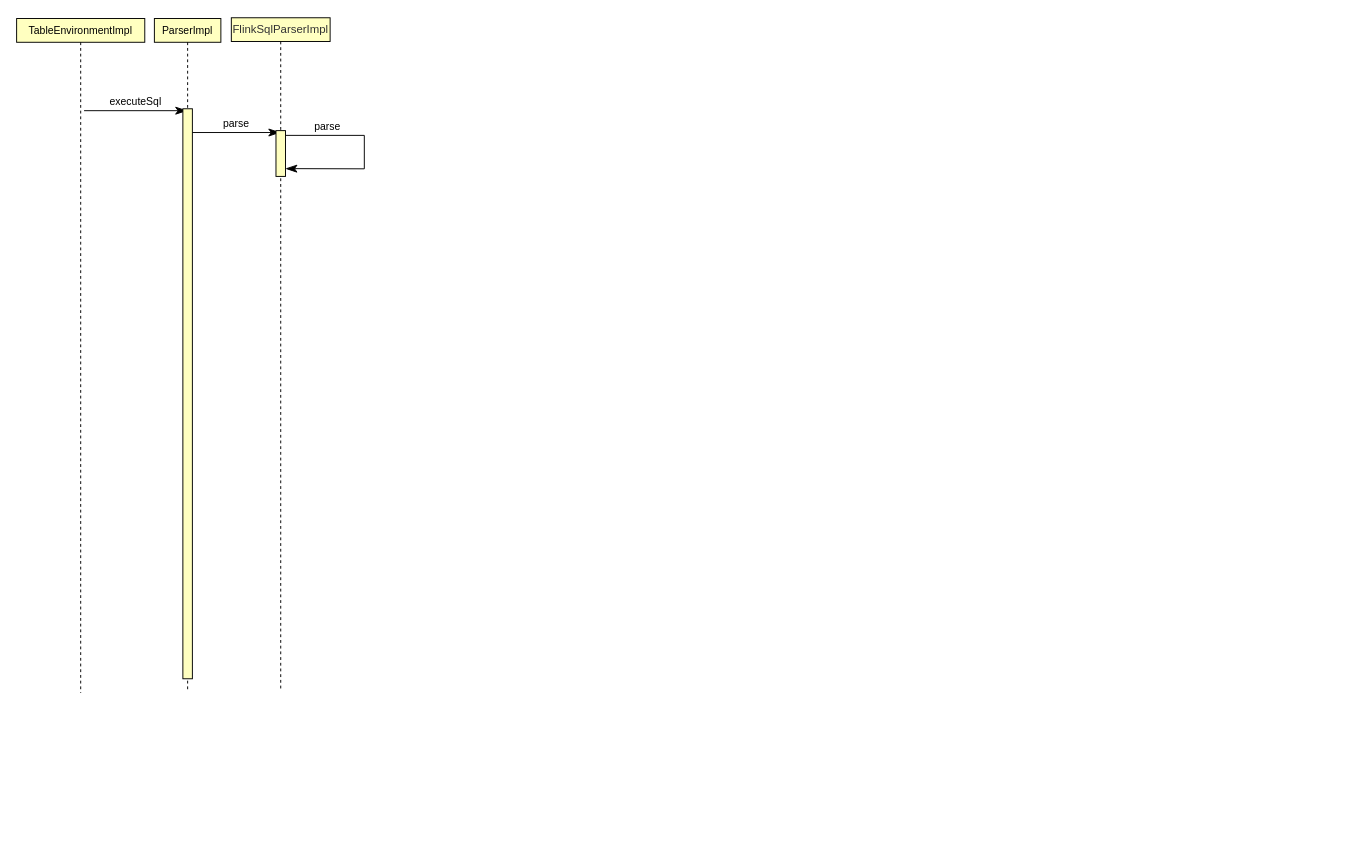
This is Untitled Diagram.drawio from ChangjiGuo/image-repo, a draw.io file, before an edit. Source tidied: cells renumbered, new cells numbered last; positions are measured from the earlier drawing's top-left corner, leaving out a move shared by most shapes. Both pictures are drawn from the tidied source at 95%, with x=0, y=0 at pixel (16, 17).
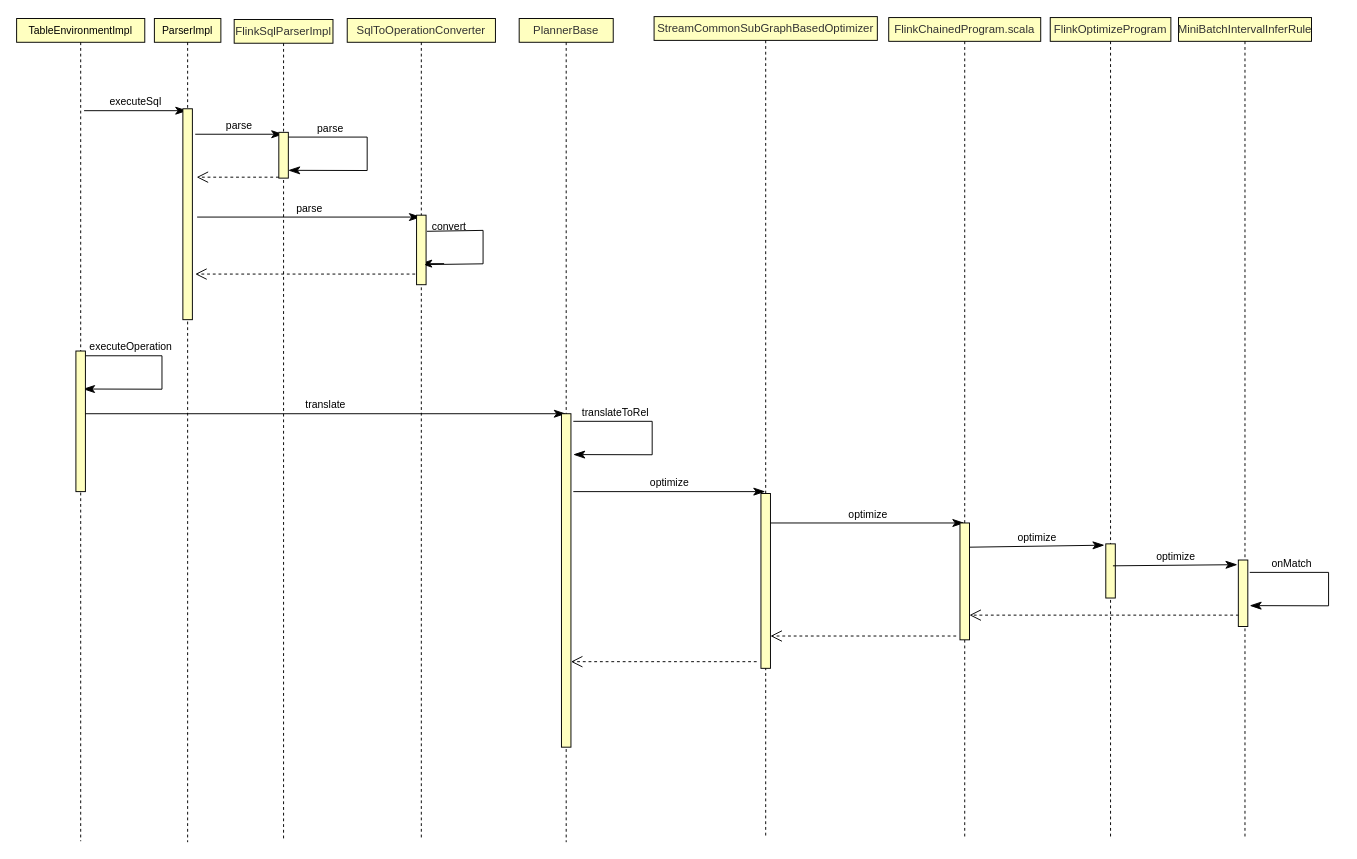
Above is the later version.

Commit message:
sql parse

What changed in the source:
```diff
@@
     <mxCell id="2" value="&lt;font style=&quot;font-size: 11px&quot;&gt;TableEnvironmentImpl&lt;/font&gt;" style="shape=umlLifeline;perimeter=lifelinePerimeter;whiteSpace=wrap;html=1;rounded=0;strokeColor=#000000;gradientColor=none;size=25;fillColor=#FFFFC0;" parent="1" vertex="1">
-      <mxGeometry y="1" width="134.9" height="709.8" as="geometry" />
+      <mxGeometry y="1" width="134.9" height="866" as="geometry" />
     </mxCell>
@@
+    <mxCell id="10" value="&lt;font color=&quot;rgba(0, 0, 0, 0)&quot; face=&quot;monospace&quot;&gt;&lt;span style=&quot;font-size: 0px&quot;&gt;executeOperatio&lt;/span&gt;&lt;/font&gt;" style="html=1;verticalAlign=bottom;endArrow=classicThin;rounded=0;shadow=0;sketch=0;fontSize=11;startSize=8;endSize=10;sourcePerimeterSpacing=14;targetPerimeterSpacing=19;strokeColor=#000000;strokeWidth=1;jumpStyle=none;jumpSize=17;endFill=1;" parent="2" edge="1">
+      <mxGeometry x="-0.56" relative="1" as="geometry">
+        <mxPoint x="70" y="355" as="sourcePoint" />
+        <mxPoint x="70" y="390" as="targetPoint" />
+        <Array as="points">
+          <mxPoint x="153" y="355" />
+          <mxPoint x="153" y="390.2" />
+        </Array>
+      </mxGeometry>
+    </mxCell>
+    <mxCell id="11" value="executeOperation" style="edgeLabel;html=1;align=center;verticalAlign=middle;fontFamily=Helvetica;" parent="10" vertex="1">
+      <mxGeometry x="-0.57" y="4" relative="1" as="geometry">
+        <mxPoint x="6" y="-7" as="offset" />
+      </mxGeometry>
+    </mxCell>
+    <mxCell id="12" style="html=1;perimeter=orthogonalPerimeter;rounded=0;strokeColor=#000000;fillColor=#FFFFC0;" parent="2" vertex="1">
+      <mxGeometry x="62.4" y="350" width="10" height="148" as="geometry" />
+    </mxCell>
+    <mxCell id="13" value="translate" style="html=1;verticalAlign=bottom;endArrow=classicThin;rounded=1;shadow=0;sketch=0;fontSize=11;startSize=8;endSize=10;sourcePerimeterSpacing=14;targetPerimeterSpacing=19;strokeColor=#000000;strokeWidth=1;jumpStyle=none;jumpSize=17;endFill=1;" parent="2" edge="1">
+      <mxGeometry relative="1" as="geometry">
+        <mxPoint x="72.4" y="416" as="sourcePoint" />
+        <mxPoint x="578" y="416" as="targetPoint" />
+      </mxGeometry>
+    </mxCell>
     <mxCell id="4" value="&lt;font style=&quot;font-size: 11px&quot;&gt;ParserImpl&lt;/font&gt;" style="shape=umlLifeline;perimeter=lifelinePerimeter;whiteSpace=wrap;html=1;outlineConnect=0;rounded=0;strokeColor=#000000;gradientColor=none;size=25;fillColor=#FFFFC0;" parent="1" vertex="1">
-      <mxGeometry x="145" y="1" width="70" height="708" as="geometry" />
+      <mxGeometry x="145" y="1" width="70" height="867" as="geometry" />
     </mxCell>
     <mxCell id="5" style="html=1;perimeter=orthogonalPerimeter;rounded=0;strokeColor=#000000;fillColor=#FFFFC0;" parent="4" vertex="1">
-      <mxGeometry x="30" y="95" width="10" height="600" as="geometry" />
+      <mxGeometry x="30" y="95" width="10" height="222" as="geometry" />
     </mxCell>
+    <mxCell id="14" value="parse" style="html=1;verticalAlign=bottom;endArrow=classicThin;rounded=1;shadow=0;sketch=0;fontSize=11;startSize=8;endSize=10;sourcePerimeterSpacing=14;targetPerimeterSpacing=19;strokeColor=#000000;strokeWidth=1;jumpStyle=none;jumpSize=17;endFill=1;" parent="4" edge="1" target="17">
+      <mxGeometry relative="1" as="geometry">
+        <mxPoint x="45" y="209" as="sourcePoint" />
+      </mxGeometry>
+    </mxCell>
+    <mxCell id="15" style="html=1;verticalAlign=bottom;endArrow=open;rounded=0;shadow=0;sketch=0;fontSize=11;startSize=8;endSize=10;sourcePerimeterSpacing=19;targetPerimeterSpacing=14;strokeColor=#000000;strokeWidth=1;jumpStyle=none;jumpSize=17;endFill=0;dashed=1;" parent="4" edge="1" source="17">
+      <mxGeometry relative="1" as="geometry">
+        <mxPoint x="43" y="269" as="targetPoint" />
+      </mxGeometry>
+    </mxCell>
     <mxCell id="6" value="&lt;span style=&quot;color: rgb(50 , 50 , 50) ; background-color: rgba(255 , 255 , 255 , 0.01)&quot;&gt;FlinkSqlParserImpl&lt;/span&gt;" style="shape=umlLifeline;perimeter=lifelinePerimeter;whiteSpace=wrap;html=1;outlineConnect=0;rounded=0;strokeColor=#000000;gradientColor=none;size=25;fillColor=#FFFFC0;" parent="1" vertex="1">
-      <mxGeometry x="226" y="0.2" width="104" height="708.8" as="geometry" />
+      <mxGeometry x="229" y="2" width="104" height="865" as="geometry" />
     </mxCell>
@@
+    <mxCell id="16" style="html=1;verticalAlign=bottom;endArrow=open;rounded=0;shadow=0;sketch=0;fontSize=11;startSize=8;endSize=10;sourcePerimeterSpacing=19;targetPerimeterSpacing=14;strokeColor=#000000;strokeWidth=1;jumpStyle=none;jumpSize=17;endFill=0;dashed=1;" parent="6" edge="1">
+      <mxGeometry relative="1" as="geometry">
+        <mxPoint x="47" y="166" as="sourcePoint" />
+        <mxPoint x="-39.5" y="166" as="targetPoint" />
+      </mxGeometry>
+    </mxCell>
+    <mxCell id="17" value="&lt;font color=&quot;#323232&quot;&gt;SqlToOperationConverter&lt;/font&gt;" style="shape=umlLifeline;perimeter=lifelinePerimeter;whiteSpace=wrap;html=1;outlineConnect=0;rounded=0;strokeColor=#000000;gradientColor=none;size=25;fillColor=#FFFFC0;" parent="1" vertex="1">
+      <mxGeometry x="348" y="1" width="156" height="863" as="geometry" />
+    </mxCell>
+    <mxCell id="18" value="convert" style="html=1;verticalAlign=bottom;endArrow=classicThin;rounded=0;shadow=0;sketch=0;fontSize=11;startSize=8;endSize=10;targetPerimeterSpacing=19;strokeColor=#000000;strokeWidth=1;jumpStyle=none;jumpSize=17;endFill=1;startArrow=none;" parent="17" edge="1">
+      <mxGeometry x="-1" y="-30" relative="1" as="geometry">
+        <mxPoint x="102" y="258" as="sourcePoint" />
+        <mxPoint x="77" y="258" as="targetPoint" />
+        <mxPoint x="5" as="offset" />
+      </mxGeometry>
+    </mxCell>
+    <mxCell id="19" style="html=1;points=[];perimeter=orthogonalPerimeter;rounded=0;strokeColor=#000000;fillColor=#FFFFC0;" parent="1" vertex="1">
+      <mxGeometry x="421" y="208" width="10" height="73.2" as="geometry" />
+    </mxCell>
+    <mxCell id="20" style="html=1;verticalAlign=bottom;endArrow=none;rounded=0;shadow=0;sketch=0;fontSize=11;startSize=8;endSize=10;sourcePerimeterSpacing=14;strokeColor=#000000;strokeWidth=1;jumpStyle=none;jumpSize=17;endFill=1;exitX=1.1;exitY=0.232;exitDx=0;exitDy=0;exitPerimeter=0;entryX=0.9;entryY=0.711;entryDx=0;entryDy=0;entryPerimeter=0;" parent="1" edge="1" source="19" target="19">
+      <mxGeometry x="-0.56" relative="1" as="geometry">
+        <Array as="points">
+          <mxPoint x="491" y="224" />
+          <mxPoint x="491" y="259.2" />
+        </Array>
+      </mxGeometry>
+    </mxCell>
+    <mxCell id="21" value="&lt;font color=&quot;#323232&quot;&gt;PlannerBase&lt;/font&gt;" style="shape=umlLifeline;perimeter=lifelinePerimeter;whiteSpace=wrap;html=1;rounded=0;strokeColor=#000000;gradientColor=none;size=25;fillColor=#FFFFC0;" parent="1" vertex="1">
+      <mxGeometry x="529" y="1" width="99" height="867" as="geometry" />
+    </mxCell>
+    <mxCell id="22" style="html=1;perimeter=orthogonalPerimeter;rounded=0;strokeColor=#000000;fillColor=#FFFFC0;" parent="21" vertex="1">
+      <mxGeometry x="44.5" y="416" width="10" height="351" as="geometry" />
+    </mxCell>
+    <mxCell id="23" value="optimize" style="html=1;verticalAlign=bottom;endArrow=classicThin;rounded=1;shadow=0;sketch=0;fontSize=11;startSize=8;endSize=10;sourcePerimeterSpacing=14;targetPerimeterSpacing=19;strokeColor=#000000;strokeWidth=1;jumpStyle=none;jumpSize=17;endFill=1;" parent="21" edge="1" target="26">
+      <mxGeometry relative="1" as="geometry">
+        <mxPoint x="57" y="498" as="sourcePoint" />
+      </mxGeometry>
+    </mxCell>
+    <mxCell id="24" style="html=1;verticalAlign=bottom;endArrow=open;rounded=0;shadow=0;sketch=0;fontSize=11;startSize=8;endSize=10;sourcePerimeterSpacing=19;targetPerimeterSpacing=14;strokeColor=#000000;strokeWidth=1;jumpStyle=none;jumpSize=17;endFill=0;dashed=1;" parent="21" edge="1">
+      <mxGeometry relative="1" as="geometry">
+        <mxPoint x="250" y="677" as="sourcePoint" />
+        <mxPoint x="54.5" y="677" as="targetPoint" />
+      </mxGeometry>
+    </mxCell>
+    <mxCell id="25" value="translateToRel" style="html=1;verticalAlign=bottom;endArrow=classicThin;rounded=0;shadow=0;sketch=0;fontSize=11;startSize=8;endSize=10;sourcePerimeterSpacing=14;targetPerimeterSpacing=19;strokeColor=#000000;strokeWidth=1;jumpStyle=none;jumpSize=17;endFill=1;" parent="1" edge="1">
+      <mxGeometry x="-0.56" relative="1" as="geometry">
+        <mxPoint x="586" y="425" as="sourcePoint" />
+        <mxPoint x="586" y="460" as="targetPoint" />
+        <Array as="points">
+          <mxPoint x="669" y="425" />
+          <mxPoint x="669" y="460.2" />
+        </Array>
+      </mxGeometry>
+    </mxCell>
+    <mxCell id="26" value="&lt;font color=&quot;#323232&quot;&gt;StreamCommonSubGraphBasedOptimizer&lt;/font&gt;" style="shape=umlLifeline;perimeter=lifelinePerimeter;whiteSpace=wrap;html=1;outlineConnect=0;rounded=0;strokeColor=#000000;gradientColor=none;size=25;fillColor=#FFFFC0;" parent="1" vertex="1">
+      <mxGeometry x="671" y="-1" width="235" height="865" as="geometry" />
+    </mxCell>
+    <mxCell id="27" style="html=1;perimeter=orthogonalPerimeter;rounded=0;strokeColor=#000000;fillColor=#FFFFC0;" parent="26" vertex="1">
+      <mxGeometry x="112.5" y="502" width="10" height="184" as="geometry" />
+    </mxCell>
+    <mxCell id="28" value="optimize" style="html=1;verticalAlign=bottom;endArrow=classicThin;rounded=1;shadow=0;sketch=0;fontSize=11;startSize=8;endSize=10;sourcePerimeterSpacing=14;targetPerimeterSpacing=19;strokeColor=#000000;strokeWidth=1;jumpStyle=none;jumpSize=17;endFill=1;" parent="26" edge="1" target="30">
+      <mxGeometry relative="1" as="geometry">
+        <mxPoint x="122.5" y="533" as="sourcePoint" />
+      </mxGeometry>
+    </mxCell>
+    <mxCell id="29" style="html=1;verticalAlign=bottom;endArrow=open;rounded=0;shadow=0;sketch=0;fontSize=11;startSize=8;endSize=10;sourcePerimeterSpacing=19;targetPerimeterSpacing=14;strokeColor=#000000;strokeWidth=1;jumpStyle=none;jumpSize=17;endFill=0;dashed=1;" parent="26" edge="1">
+      <mxGeometry relative="1" as="geometry">
+        <mxPoint x="318" y="652" as="sourcePoint" />
+        <mxPoint x="122.5" y="652" as="targetPoint" />
+      </mxGeometry>
+    </mxCell>
+    <mxCell id="30" value="&lt;font color=&quot;#323232&quot;&gt;FlinkChainedProgram.scala&lt;/font&gt;" style="shape=umlLifeline;perimeter=lifelinePerimeter;whiteSpace=wrap;html=1;outlineConnect=0;rounded=0;strokeColor=#000000;gradientColor=none;size=25;fillColor=#FFFFC0;" parent="1" vertex="1">
+      <mxGeometry x="918" width="160" height="864" as="geometry" />
+    </mxCell>
+    <mxCell id="31" style="html=1;perimeter=orthogonalPerimeter;rounded=0;strokeColor=#000000;fillColor=#FFFFC0;" parent="30" vertex="1">
+      <mxGeometry x="75" y="532" width="10" height="123" as="geometry" />
+    </mxCell>
+    <mxCell id="32" value="optimize" style="html=1;verticalAlign=bottom;endArrow=classicThin;rounded=1;shadow=0;sketch=0;fontSize=11;startSize=8;endSize=10;sourcePerimeterSpacing=14;targetPerimeterSpacing=19;strokeColor=#000000;strokeWidth=1;jumpStyle=none;jumpSize=17;endFill=1;entryX=-0.15;entryY=0.024;entryDx=0;entryDy=0;entryPerimeter=0;" parent="30" edge="1" target="35">
+      <mxGeometry relative="1" as="geometry">
+        <mxPoint x="85" y="557.5" as="sourcePoint" />
+      </mxGeometry>
+    </mxCell>
+    <mxCell id="33" style="html=1;verticalAlign=bottom;endArrow=open;rounded=0;shadow=0;sketch=0;fontSize=11;startSize=8;endSize=10;sourcePerimeterSpacing=19;targetPerimeterSpacing=14;strokeColor=#000000;strokeWidth=1;jumpStyle=none;jumpSize=17;endFill=0;dashed=1;" parent="30" edge="1" source="37">
+      <mxGeometry relative="1" as="geometry">
+        <mxPoint x="85" y="629" as="targetPoint" />
+      </mxGeometry>
+    </mxCell>
+    <mxCell id="34" value="&lt;font color=&quot;#323232&quot;&gt;FlinkOptimizeProgram&lt;/font&gt;" style="shape=umlLifeline;perimeter=lifelinePerimeter;whiteSpace=wrap;html=1;rounded=0;strokeColor=#000000;gradientColor=none;size=25;fillColor=#FFFFC0;" parent="1" vertex="1">
+      <mxGeometry x="1088" width="127" height="865" as="geometry" />
+    </mxCell>
+    <mxCell id="35" style="html=1;points=[];perimeter=orthogonalPerimeter;rounded=0;strokeColor=#000000;fillColor=#FFFFC0;" parent="34" vertex="1">
+      <mxGeometry x="58.5" y="554" width="10" height="57" as="geometry" />
+    </mxCell>
+    <mxCell id="36" value="optimize" style="html=1;verticalAlign=bottom;endArrow=classicThin;rounded=1;shadow=0;sketch=0;fontSize=11;startSize=8;endSize=10;sourcePerimeterSpacing=14;targetPerimeterSpacing=19;strokeColor=#000000;strokeWidth=1;jumpStyle=none;jumpSize=17;endFill=1;entryX=-0.1;entryY=0.07;entryDx=0;entryDy=0;entryPerimeter=0;" parent="34" edge="1" target="38">
+      <mxGeometry relative="1" as="geometry">
+        <mxPoint x="66" y="577.1" as="sourcePoint" />
+      </mxGeometry>
+    </mxCell>
+    <mxCell id="37" value="&lt;font color=&quot;#323232&quot;&gt;MiniBatchIntervalInferRule&lt;/font&gt;" style="shape=umlLifeline;perimeter=lifelinePerimeter;whiteSpace=wrap;html=1;outlineConnect=0;rounded=0;strokeColor=#000000;gradientColor=none;size=25;fillColor=#FFFFC0;" parent="1" vertex="1">
+      <mxGeometry x="1223" width="140" height="864" as="geometry" />
+    </mxCell>
+    <mxCell id="38" style="html=1;points=[];perimeter=orthogonalPerimeter;rounded=0;strokeColor=#000000;fillColor=#FFFFC0;" parent="37" vertex="1">
+      <mxGeometry x="63" y="571" width="10" height="70" as="geometry" />
+    </mxCell>
+    <mxCell id="39" value="onMatch" style="html=1;verticalAlign=bottom;endArrow=classicThin;rounded=0;shadow=0;sketch=0;fontSize=11;startSize=8;endSize=10;sourcePerimeterSpacing=14;targetPerimeterSpacing=19;strokeColor=#000000;strokeWidth=1;jumpStyle=none;jumpSize=17;endFill=1;" parent="37" edge="1">
+      <mxGeometry x="-0.56" relative="1" as="geometry">
+        <mxPoint x="75" y="584" as="sourcePoint" />
+        <mxPoint x="75" y="619" as="targetPoint" />
+        <Array as="points">
+          <mxPoint x="158" y="584" />
+          <mxPoint x="158" y="619.2" />
+        </Array>
+      </mxGeometry>
+    </mxCell>
```
